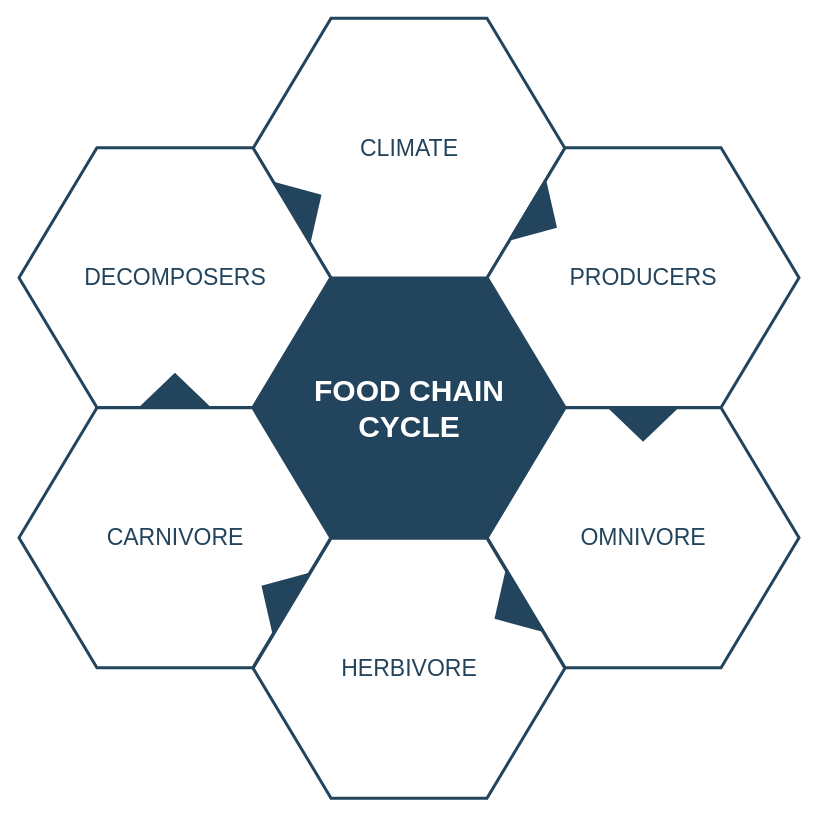
oldyang001/scrcpy keeps this draw.io diagram as .github/Untitled Diagram.drawio. Above is the earlier version. Source tidied: cells renumbered, new cells numbered last; positions are measured from the earlier drawing's top-left corner, leaving out a move shared by most shapes. Both pictures are drawn from the tidied source at 100%, with x=0, y=0 at pixel (18, 18).
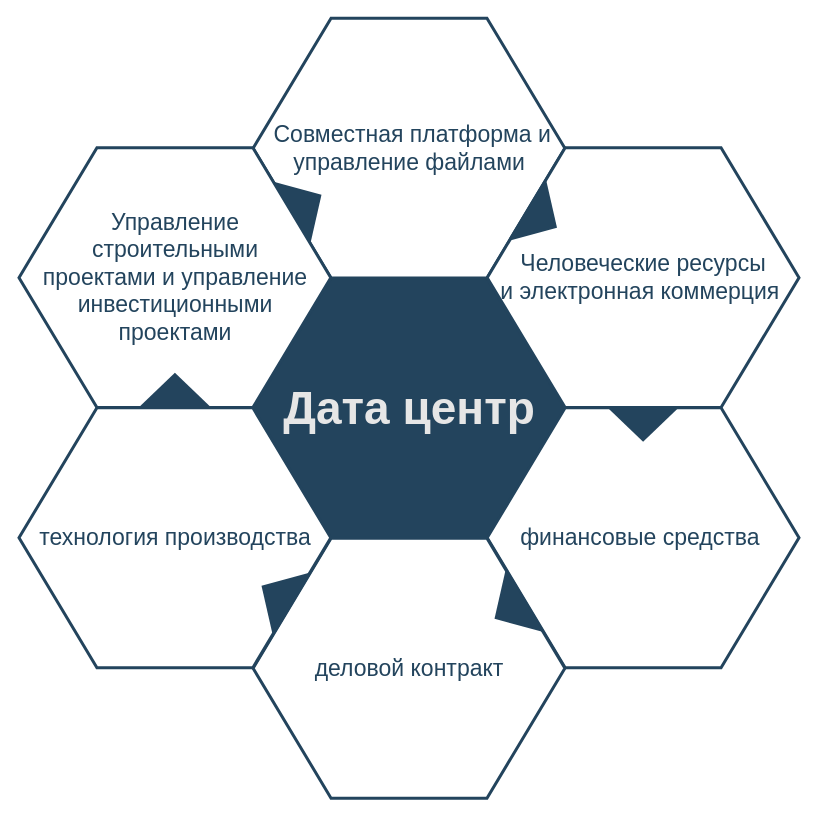
The same page after the edit.

Diff of the diagram source:
```diff
@@
 <mxGraphModel>
   <root>
     <mxCell id="0" />
     <mxCell id="1" parent="0" />
-    <mxCell id="2" value="&lt;font style=&quot;font-size: 30px&quot; color=&quot;#ffffff&quot;&gt;&lt;b&gt;&lt;span&gt;FOOD CHAIN&lt;/span&gt;&lt;br&gt;&lt;span&gt;CYCLE&lt;/span&gt;&lt;/b&gt;&lt;/font&gt;&lt;br&gt;" style="shape=hexagon;perimeter=hexagonPerimeter2;whiteSpace=wrap;html=1;shadow=0;labelBackgroundColor=none;strokeColor=#23445D;fillColor=#23445D;gradientColor=none;fontFamily=Helvetica;fontSize=23;fontColor=#23445d;align=center;strokeWidth=3;" parent="1" vertex="1">
+    <mxCell id="2" value="&lt;h1&gt;&lt;font color=&quot;#e6e6e6&quot;&gt;&lt;b&gt;Дата центр&lt;/b&gt;&lt;/font&gt;&lt;/h1&gt;" style="shape=hexagon;perimeter=hexagonPerimeter2;whiteSpace=wrap;html=1;shadow=0;labelBackgroundColor=none;strokeColor=#23445D;fillColor=#23445D;gradientColor=none;fontFamily=Helvetica;fontSize=23;fontColor=#23445d;align=center;strokeWidth=3;" parent="1" vertex="1">
       <mxGeometry x="234.6" y="259.8" width="311.8" height="259.9" as="geometry" />
     </mxCell>
     <mxCell id="3" style="triangle;whiteSpace=wrap;html=1;shadow=0;labelBackgroundColor=none;strokeColor=none;fillColor=#FFFFFF;fontFamily=Helvetica;fontSize=17;fontColor=#23445d;align=center;rotation=90;gradientColor=none;flipV=1;flipH=1;opacity=20;" parent="1" vertex="1">
       <mxGeometry x="115.5" y="277.7" width="72" height="152" as="geometry" />
     </mxCell>
-    <mxCell id="4" value="&lt;font style=&quot;font-size: 23px&quot;&gt;CLIMATE&lt;/font&gt;" style="shape=hexagon;perimeter=hexagonPerimeter2;whiteSpace=wrap;html=1;shadow=0;labelBackgroundColor=none;strokeColor=#23445D;fillColor=#ffffff;gradientColor=none;fontFamily=Helvetica;fontSize=23;fontColor=#23445D;align=center;strokeWidth=3;" parent="1" vertex="1">
+    <mxCell id="4" value="&amp;nbsp;Совместная платформа и управление файлами" style="shape=hexagon;perimeter=hexagonPerimeter2;whiteSpace=wrap;html=1;shadow=0;labelBackgroundColor=none;strokeColor=#23445D;fillColor=#ffffff;gradientColor=none;fontFamily=Helvetica;fontSize=23;fontColor=#23445D;align=center;strokeWidth=3;" parent="1" vertex="1">
       <mxGeometry x="234.6" y="-0.3" width="311.8" height="259.9" as="geometry" />
     </mxCell>
-    <mxCell id="5" value="&lt;font style=&quot;font-size: 23px&quot;&gt;PRODUCERS&lt;/font&gt;" style="shape=hexagon;perimeter=hexagonPerimeter2;whiteSpace=wrap;html=1;shadow=0;labelBackgroundColor=none;strokeColor=#23445D;fillColor=#FFFFFF;gradientColor=none;fontFamily=Helvetica;fontSize=23;fontColor=#23445d;align=center;strokeWidth=3;" parent="1" vertex="1">
+    <mxCell id="5" value="&lt;font style=&quot;font-size: 23px&quot;&gt;Человеческие ресурсы и&amp;nbsp;электронная коммерция&amp;nbsp;&lt;/font&gt;" style="shape=hexagon;perimeter=hexagonPerimeter2;whiteSpace=wrap;html=1;shadow=0;labelBackgroundColor=none;strokeColor=#23445D;fillColor=#FFFFFF;gradientColor=none;fontFamily=Helvetica;fontSize=23;fontColor=#23445d;align=center;strokeWidth=3;" parent="1" vertex="1">
       <mxGeometry x="468.7" y="129.2" width="311.8" height="259.9" as="geometry" />
     </mxCell>
-    <mxCell id="6" value="&lt;font style=&quot;font-size: 23px&quot;&gt;OMNIVORE&lt;/font&gt;" style="shape=hexagon;perimeter=hexagonPerimeter2;whiteSpace=wrap;html=1;shadow=0;labelBackgroundColor=none;strokeColor=#23445D;fillColor=#FFFFFF;gradientColor=none;fontFamily=Helvetica;fontSize=23;fontColor=#23445d;align=center;strokeWidth=3;" parent="1" vertex="1">
+    <mxCell id="6" value="&lt;font style=&quot;font-size: 23px&quot;&gt;финансовые средства&amp;nbsp;&lt;/font&gt;" style="shape=hexagon;perimeter=hexagonPerimeter2;whiteSpace=wrap;html=1;shadow=0;labelBackgroundColor=none;strokeColor=#23445D;fillColor=#FFFFFF;gradientColor=none;fontFamily=Helvetica;fontSize=23;fontColor=#23445d;align=center;strokeWidth=3;" parent="1" vertex="1">
       <mxGeometry x="468.7" y="389.3" width="311.8" height="259.9" as="geometry" />
     </mxCell>
-    <mxCell id="7" value="&lt;font style=&quot;font-size: 23px&quot;&gt;HERBIVORE&lt;/font&gt;" style="shape=hexagon;perimeter=hexagonPerimeter2;whiteSpace=wrap;html=1;shadow=0;labelBackgroundColor=none;strokeColor=#23445D;fillColor=#FFFFFF;gradientColor=none;fontFamily=Helvetica;fontSize=23;fontColor=#23445d;align=center;strokeWidth=3;" parent="1" vertex="1">
+    <mxCell id="7" value="&lt;font style=&quot;font-size: 23px&quot;&gt;деловой контракт&lt;/font&gt;" style="shape=hexagon;perimeter=hexagonPerimeter2;whiteSpace=wrap;html=1;shadow=0;labelBackgroundColor=none;strokeColor=#23445D;fillColor=#FFFFFF;gradientColor=none;fontFamily=Helvetica;fontSize=23;fontColor=#23445d;align=center;strokeWidth=3;" parent="1" vertex="1">
       <mxGeometry x="234.6" y="519.8" width="311.8" height="259.9" as="geometry" />
     </mxCell>
-    <mxCell id="8" value="&lt;font style=&quot;font-size: 23px&quot;&gt;CARNIVORE&lt;/font&gt;" style="shape=hexagon;perimeter=hexagonPerimeter2;whiteSpace=wrap;html=1;shadow=0;labelBackgroundColor=none;strokeColor=#23445D;fillColor=#FFFFFF;gradientColor=none;fontFamily=Helvetica;fontSize=23;fontColor=#23445d;align=center;strokeWidth=3;" parent="1" vertex="1">
+    <mxCell id="8" value="&lt;font style=&quot;font-size: 23px&quot;&gt;технология производства&lt;/font&gt;" style="shape=hexagon;perimeter=hexagonPerimeter2;whiteSpace=wrap;html=1;shadow=0;labelBackgroundColor=none;strokeColor=#23445D;fillColor=#FFFFFF;gradientColor=none;fontFamily=Helvetica;fontSize=23;fontColor=#23445d;align=center;strokeWidth=3;" parent="1" vertex="1">
       <mxGeometry x="0.5" y="389.3" width="311.8" height="259.9" as="geometry" />
     </mxCell>
-    <mxCell id="9" value="&lt;font style=&quot;font-size: 23px;&quot;&gt;DECOMPOSERS&lt;/font&gt;" style="shape=hexagon;perimeter=hexagonPerimeter2;whiteSpace=wrap;html=1;shadow=0;labelBackgroundColor=none;strokeColor=#23445D;fillColor=#ffffff;gradientColor=none;fontFamily=Helvetica;fontSize=23;fontColor=#23445D;align=center;strokeWidth=3;" parent="1" vertex="1">
+    <mxCell id="9" value="&lt;font style=&quot;font-size: 23px&quot;&gt;Управление &lt;br&gt;строительными &lt;br&gt;проектами и управление инвестиционными проектами&lt;/font&gt;" style="shape=hexagon;perimeter=hexagonPerimeter2;whiteSpace=wrap;html=1;shadow=0;labelBackgroundColor=none;strokeColor=#23445D;fillColor=#ffffff;gradientColor=none;fontFamily=Helvetica;fontSize=23;fontColor=#23445D;align=center;strokeWidth=3;" parent="1" vertex="1">
       <mxGeometry x="0.5" y="129.2" width="311.8" height="259.9" as="geometry" />
     </mxCell>
     <mxCell id="10" style="triangle;whiteSpace=wrap;html=1;shadow=0;labelBackgroundColor=none;strokeColor=none;fillColor=#23445D;fontFamily=Helvetica;fontSize=17;fontColor=#23445d;align=center;rotation=31;gradientColor=none;strokeWidth=3;" parent="1" vertex="1">
       <mxGeometry x="506" y="163.7" width="35" height="73" as="geometry" />
     </mxCell>
     <mxCell id="11" style="triangle;whiteSpace=wrap;html=1;shadow=0;labelBackgroundColor=none;strokeColor=none;fillColor=#23445D;fontFamily=Helvetica;fontSize=17;fontColor=#23445d;align=center;rotation=31;gradientColor=none;flipH=1;strokeWidth=3;" parent="1" vertex="1">
       <mxGeometry x="240.5" y="539.7" width="35" height="73" as="geometry" />
     </mxCell>
     <mxCell id="12" style="triangle;whiteSpace=wrap;html=1;shadow=0;labelBackgroundColor=none;strokeColor=none;fillColor=#23445D;fontFamily=Helvetica;fontSize=17;fontColor=#23445d;align=center;rotation=329;gradientColor=none;strokeWidth=3;" parent="1" vertex="1">
       <mxGeometry x="270.5" y="148.7" width="35" height="73" as="geometry" />
     </mxCell>
     <mxCell id="13" style="triangle;whiteSpace=wrap;html=1;shadow=0;labelBackgroundColor=none;strokeColor=none;fillColor=#23445D;fontFamily=Helvetica;fontSize=17;fontColor=#23445d;align=center;rotation=329;gradientColor=none;flipH=1;strokeWidth=3;" parent="1" vertex="1">
       <mxGeometry x="473.5" y="554.7" width="35" height="73" as="geometry" />
     </mxCell>
     <mxCell id="14" style="triangle;whiteSpace=wrap;html=1;shadow=0;labelBackgroundColor=none;strokeColor=none;fillColor=#23445D;fontFamily=Helvetica;fontSize=17;fontColor=#23445d;align=center;rotation=90;gradientColor=none;strokeWidth=3;" parent="1" vertex="1">
       <mxGeometry x="607.1" y="369.2" width="35" height="73" as="geometry" />
     </mxCell>
     <mxCell id="15" style="triangle;whiteSpace=wrap;html=1;shadow=0;labelBackgroundColor=none;strokeColor=none;fillColor=#23445D;fontFamily=Helvetica;fontSize=17;fontColor=#23445d;align=center;rotation=90;gradientColor=none;flipH=1;strokeWidth=3;" parent="1" vertex="1">
       <mxGeometry x="138.9" y="335.2" width="35" height="73" as="geometry" />
     </mxCell>
   </root>
 </mxGraphModel>
```
